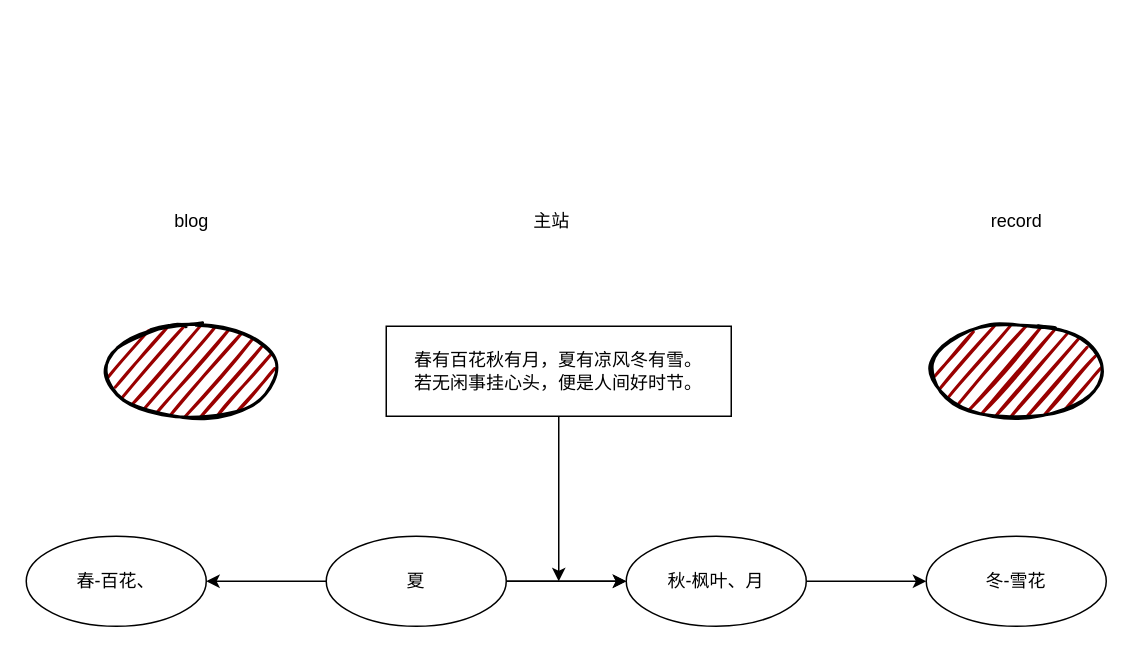
youtingkun/diagram keeps this draw.io diagram as 网站架构.drawio. Above is the earlier version. Source tidied: cells renumbered, new cells numbered last; positions are measured from the earlier drawing's top-left corner, leaving out a move shared by most shapes. Both pictures are drawn from the tidied source at 150%, with x=0, y=0 at pixel (26, 206).
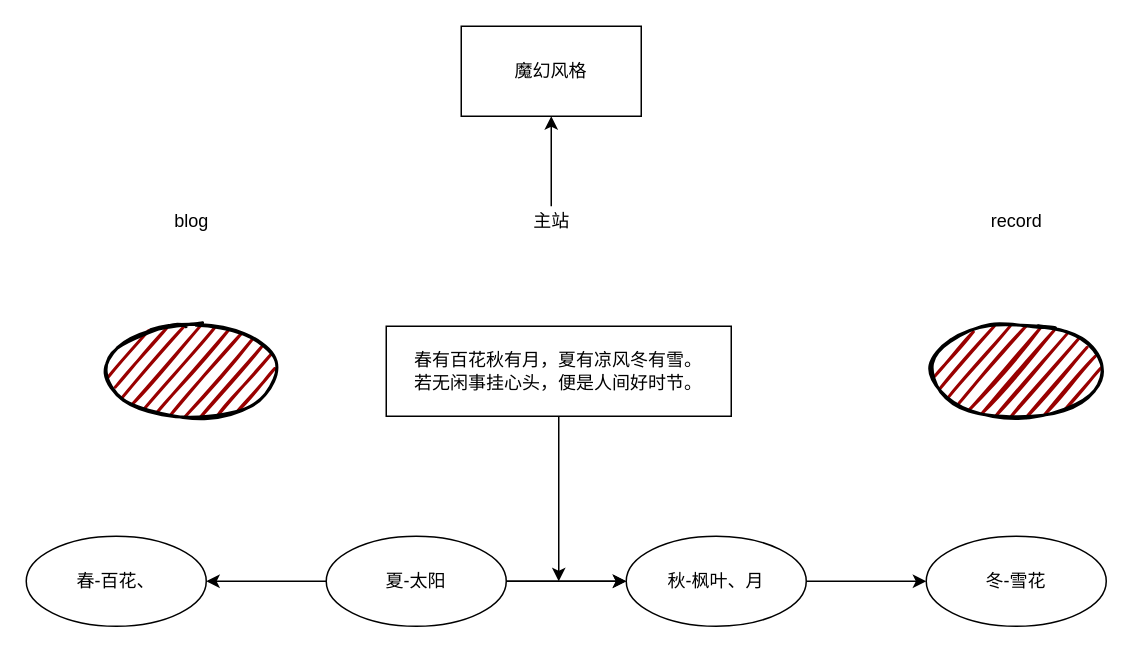
The same diagram, later.

The edit, as a diff of the source:
```diff
@@
 <mxGraphModel>
   <root>
     <mxCell id="0" />
     <mxCell id="1" parent="0" />
     <mxCell id="2" style="ellipse;whiteSpace=wrap;html=1;strokeWidth=2;fillWeight=2;hachureGap=8;fillColor=#990000;fillStyle=dots;sketch=1;" parent="1" vertex="1">
       <mxGeometry x="50" y="80" width="120" height="60" as="geometry" />
     </mxCell>
     <mxCell id="3" style="ellipse;whiteSpace=wrap;html=1;strokeWidth=2;fillWeight=2;hachureGap=8;fillColor=#990000;fillStyle=dots;sketch=1;" parent="1" vertex="1">
       <mxGeometry x="600" y="80" width="120" height="60" as="geometry" />
     </mxCell>
+    <mxCell id="17" style="edgeStyle=orthogonalEdgeStyle;rounded=0;jettySize=auto;html=1;" parent="1" edge="1" source="4" target="18">
+      <mxGeometry relative="1" as="geometry" />
+    </mxCell>
     <mxCell id="4" value="主站" style="text;html=1;align=center;verticalAlign=middle;points=[];fillColor=none;strokeColor=none;rounded=0;" parent="1" vertex="1">
       <mxGeometry x="330" width="40" height="20" as="geometry" />
     </mxCell>
     <mxCell id="5" value="blog" style="text;html=1;align=center;verticalAlign=middle;fillColor=none;strokeColor=none;rounded=0;" parent="1" vertex="1">
       <mxGeometry x="90" width="40" height="20" as="geometry" />
     </mxCell>
     <mxCell id="6" value="record" style="text;html=1;align=center;verticalAlign=middle;fillColor=none;strokeColor=none;rounded=0;" parent="1" vertex="1">
       <mxGeometry x="635" width="50" height="20" as="geometry" />
     </mxCell>
     <mxCell id="7" style="edgeStyle=orthogonalEdgeStyle;rounded=0;jettySize=auto;html=1;" parent="1" edge="1" source="8">
       <mxGeometry relative="1" as="geometry">
         <mxPoint x="355" y="250" as="targetPoint" />
       </mxGeometry>
     </mxCell>
     <mxCell id="8" value="&lt;div&gt;春有百花秋有月，夏有凉风冬有雪。&lt;/div&gt;&lt;div&gt;若无闲事挂心头，便是人间好时节。&lt;/div&gt;" style="rounded=0;whiteSpace=wrap;html=1;" parent="1" vertex="1">
       <mxGeometry x="240" y="80" width="230" height="60" as="geometry" />
     </mxCell>
     <mxCell id="9" style="edgeStyle=orthogonalEdgeStyle;rounded=0;jettySize=auto;html=1;" parent="1" edge="1" source="12" target="14">
       <mxGeometry relative="1" as="geometry" />
     </mxCell>
     <mxCell id="10" style="edgeStyle=orthogonalEdgeStyle;rounded=0;jettySize=auto;html=1;" parent="1" edge="1" source="12" target="15">
       <mxGeometry relative="1" as="geometry" />
     </mxCell>
     <mxCell id="11" style="edgeStyle=orthogonalEdgeStyle;rounded=0;jettySize=auto;html=1;" parent="1" edge="1" source="12" target="14">
       <mxGeometry relative="1" as="geometry" />
     </mxCell>
-    <mxCell id="12" value="夏" style="ellipse;whiteSpace=wrap;html=1;rounded=0;" parent="1" vertex="1">
+    <mxCell id="12" value="夏-太阳" style="ellipse;whiteSpace=wrap;html=1;rounded=0;" parent="1" vertex="1">
       <mxGeometry x="200" y="220" width="120" height="60" as="geometry" />
     </mxCell>
     <mxCell id="13" style="edgeStyle=orthogonalEdgeStyle;rounded=0;jettySize=auto;html=1;" parent="1" edge="1" source="14" target="16">
       <mxGeometry relative="1" as="geometry" />
     </mxCell>
     <mxCell id="14" value="秋-枫叶、月" style="ellipse;whiteSpace=wrap;html=1;rounded=0;" parent="1" vertex="1">
       <mxGeometry x="400" y="220" width="120" height="60" as="geometry" />
     </mxCell>
     <mxCell id="15" value="春-百花、" style="ellipse;whiteSpace=wrap;html=1;rounded=0;" parent="1" vertex="1">
       <mxGeometry y="220" width="120" height="60" as="geometry" />
     </mxCell>
     <mxCell id="16" value="冬-雪花" style="ellipse;whiteSpace=wrap;html=1;rounded=0;" parent="1" vertex="1">
       <mxGeometry x="600" y="220" width="120" height="60" as="geometry" />
     </mxCell>
+    <mxCell id="18" value="魔幻风格" style="whiteSpace=wrap;html=1;" parent="1" vertex="1">
+      <mxGeometry x="290" y="-120" width="120" height="60" as="geometry" />
+    </mxCell>
   </root>
 </mxGraphModel>
```
